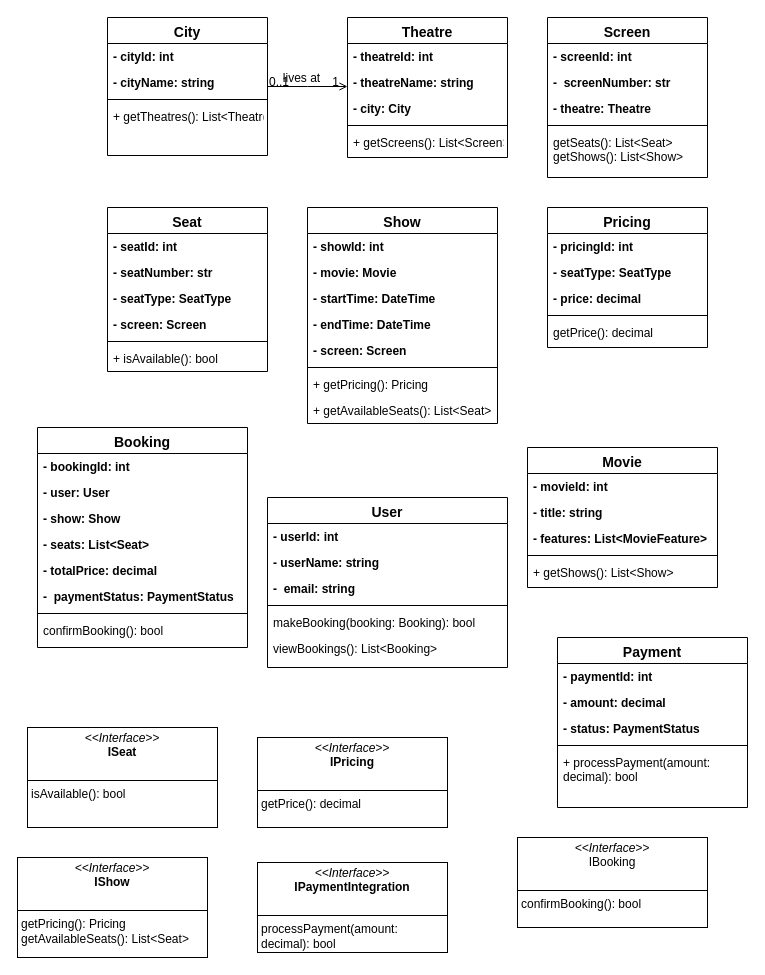
Earlier version of the draw.io diagram BookMyShow Class Diagram.drawio (geeky-sanjay/class-diagrams). Source tidied: cells renumbered, new cells numbered last; positions are measured from the earlier drawing's top-left corner, leaving out a move shared by most shapes. Both pictures are drawn from the tidied source at 100%, with x=0, y=0 at pixel (17, 17).
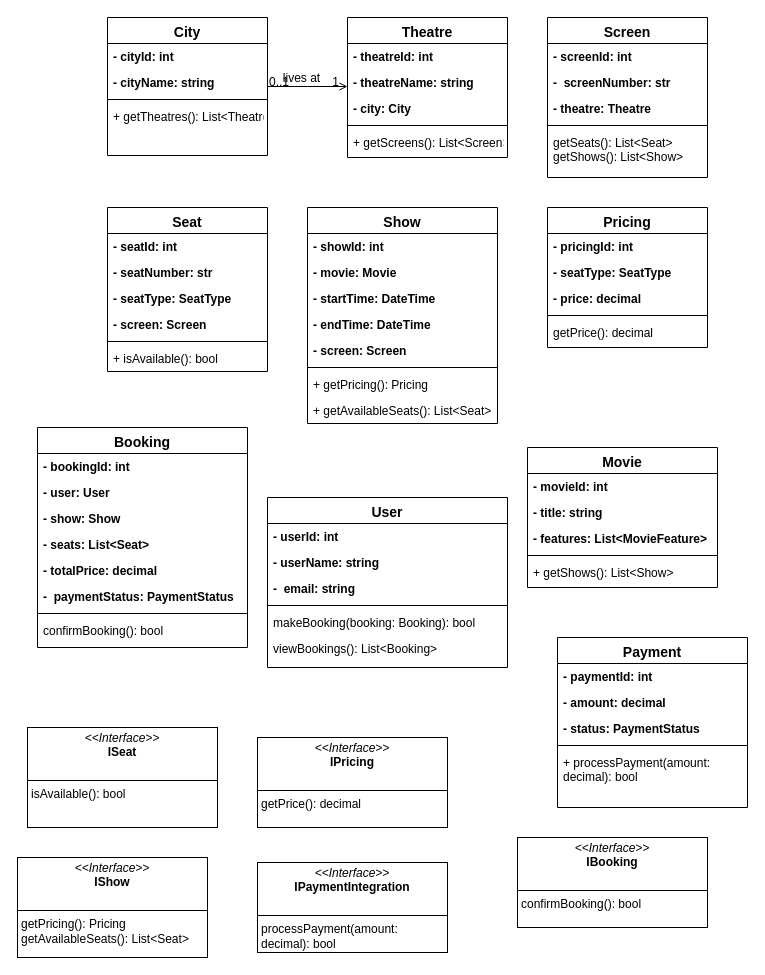
The same page after the edit.

The edit, as a diff of the source:
```diff
@@
-    <mxCell id="77" value="&lt;p style=&quot;margin:0px;margin-top:4px;text-align:center;&quot;&gt;&lt;i&gt;&amp;lt;&amp;lt;Interface&amp;gt;&amp;gt;&lt;/i&gt;&lt;br&gt;IBooking&lt;br&gt;&lt;/p&gt;&lt;p style=&quot;margin:0px;margin-left:4px;&quot;&gt;&lt;br&gt;&lt;/p&gt;&lt;hr size=&quot;1&quot; style=&quot;border-style:solid;&quot;&gt;&lt;p style=&quot;margin:0px;margin-left:4px;&quot;&gt;confirmBooking(): bool&lt;br&gt;&lt;/p&gt;" style="verticalAlign=top;align=left;overflow=fill;html=1;whiteSpace=wrap;" parent="1" vertex="1">
+    <mxCell id="77" value="&lt;p style=&quot;margin:0px;margin-top:4px;text-align:center;&quot;&gt;&lt;i&gt;&amp;lt;&amp;lt;Interface&amp;gt;&amp;gt;&lt;/i&gt;&lt;br&gt;&lt;b&gt;IBooking&lt;/b&gt;&lt;br&gt;&lt;/p&gt;&lt;p style=&quot;margin:0px;margin-left:4px;&quot;&gt;&lt;br&gt;&lt;/p&gt;&lt;hr size=&quot;1&quot; style=&quot;border-style:solid;&quot;&gt;&lt;p style=&quot;margin:0px;margin-left:4px;&quot;&gt;confirmBooking(): bool&lt;br&gt;&lt;/p&gt;" style="verticalAlign=top;align=left;overflow=fill;html=1;whiteSpace=wrap;" parent="1" vertex="1">
       <mxGeometry x="500" y="820" width="190" height="90" as="geometry" />
     </mxCell>
```
